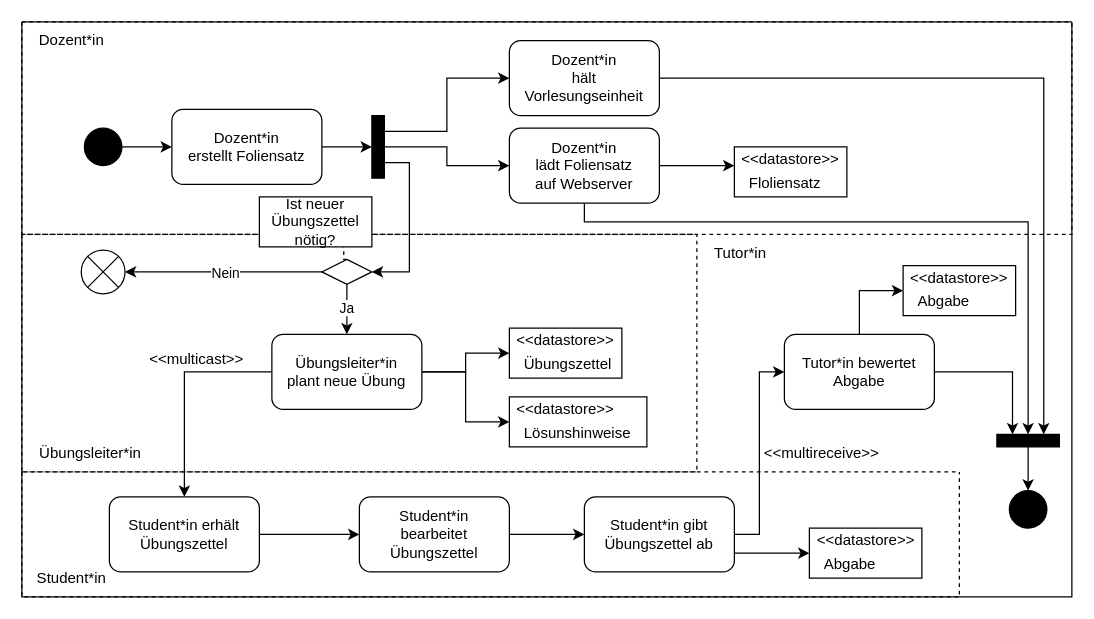
The draw.io diagram activity.drawio in kadsendino/drawio, before the edit. Source tidied: cells renumbered, new cells numbered last; positions are measured from the earlier drawing's top-left corner, leaving out a move shared by most shapes. Both pictures are drawn from the tidied source at 125%, with x=0, y=0 at pixel (21, 21).
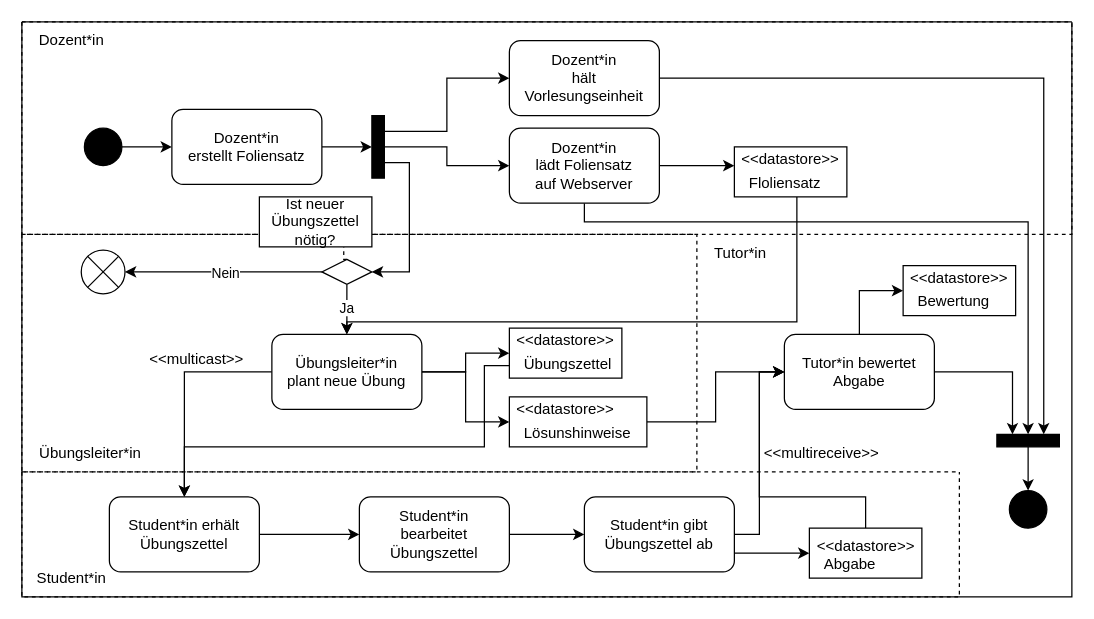
Above is the later version.

Unchanged cells that the change refers to:
```xml
<mxCell id="32" style="rounded=1;whiteSpace=wrap;html=1;" parent="1" vertex="1">
  <mxGeometry x="200" y="250" width="120" height="60" as="geometry" />
</mxCell>
<mxCell id="37" style="rounded=0;whiteSpace=wrap;html=1;" parent="1" vertex="1">
  <mxGeometry x="390" y="245" width="90" height="40" as="geometry" />
</mxCell>
<mxCell id="40" style="rounded=0;whiteSpace=wrap;html=1;" parent="1" vertex="1">
  <mxGeometry x="390" y="300" width="110" height="40" as="geometry" />
</mxCell>
<mxCell id="44" style="rounded=1;whiteSpace=wrap;html=1;" parent="1" vertex="1">
  <mxGeometry x="70" y="380" width="120" height="60" as="geometry" />
</mxCell>
<mxCell id="56" style="rounded=1;whiteSpace=wrap;html=1;" parent="1" vertex="1">
  <mxGeometry x="610" y="250" width="120" height="60" as="geometry" />
</mxCell>
<mxCell id="58" style="rounded=0;whiteSpace=wrap;html=1;" parent="1" vertex="1">
  <mxGeometry x="630" y="405" width="90" height="40" as="geometry" />
</mxCell>
```

Diff of the diagram source:
```diff
@@
+    <mxCell id="76" style="edgeStyle=orthogonalEdgeStyle;rounded=0;jettySize=auto;html=1;entryX=0.5;entryY=0;entryDx=0;entryDy=0;" parent="1" edge="1" target="32">
+      <mxGeometry relative="1" as="geometry">
+        <mxPoint x="620" y="140" as="sourcePoint" />
+        <Array as="points">
+          <mxPoint x="620" y="240" />
+          <mxPoint x="260" y="240" />
+        </Array>
+      </mxGeometry>
+    </mxCell>
@@
+    <mxCell id="77" style="edgeStyle=orthogonalEdgeStyle;rounded=0;jettySize=auto;html=1;exitX=0;exitY=0.75;exitDx=0;exitDy=0;entryX=0.5;entryY=0;entryDx=0;entryDy=0;" parent="1" edge="1" source="37" target="44">
+      <mxGeometry relative="1" as="geometry">
+        <Array as="points">
+          <mxPoint x="370" y="275" />
+          <mxPoint x="370" y="340" />
+          <mxPoint x="130" y="340" />
+        </Array>
+      </mxGeometry>
+    </mxCell>
@@
+    <mxCell id="78" style="edgeStyle=orthogonalEdgeStyle;rounded=0;jettySize=auto;html=1;exitX=1;exitY=0.5;exitDx=0;exitDy=0;entryX=0;entryY=0.5;entryDx=0;entryDy=0;" parent="1" edge="1" source="40" target="56">
+      <mxGeometry relative="1" as="geometry" />
+    </mxCell>
@@
+    <mxCell id="79" style="edgeStyle=orthogonalEdgeStyle;rounded=0;jettySize=auto;html=1;exitX=0.5;exitY=0;exitDx=0;exitDy=0;entryX=0;entryY=0.5;entryDx=0;entryDy=0;" parent="1" edge="1" source="58" target="56">
+      <mxGeometry relative="1" as="geometry">
+        <Array as="points">
+          <mxPoint x="675" y="380" />
+          <mxPoint x="590" y="380" />
+          <mxPoint x="590" y="280" />
+        </Array>
+      </mxGeometry>
+    </mxCell>
@@
     <mxCell id="59" value="&amp;lt;&amp;lt;datastore&amp;gt;&amp;gt;" style="text;html=1;align=center;verticalAlign=middle;whiteSpace=wrap;rounded=0;" parent="1" vertex="1">
-      <mxGeometry x="627.5" y="400" width="95" height="30" as="geometry" />
+      <mxGeometry x="627.5" y="410" width="95" height="20" as="geometry" />
     </mxCell>
@@
-    <mxCell id="63" value="Abgabe" style="text;whiteSpace=wrap;html=1;" parent="1" vertex="1">
+    <mxCell id="63" value="Bewertung" style="text;whiteSpace=wrap;html=1;" parent="1" vertex="1">
       <mxGeometry x="715" y="210" width="80" height="20" as="geometry" />
     </mxCell>
```
